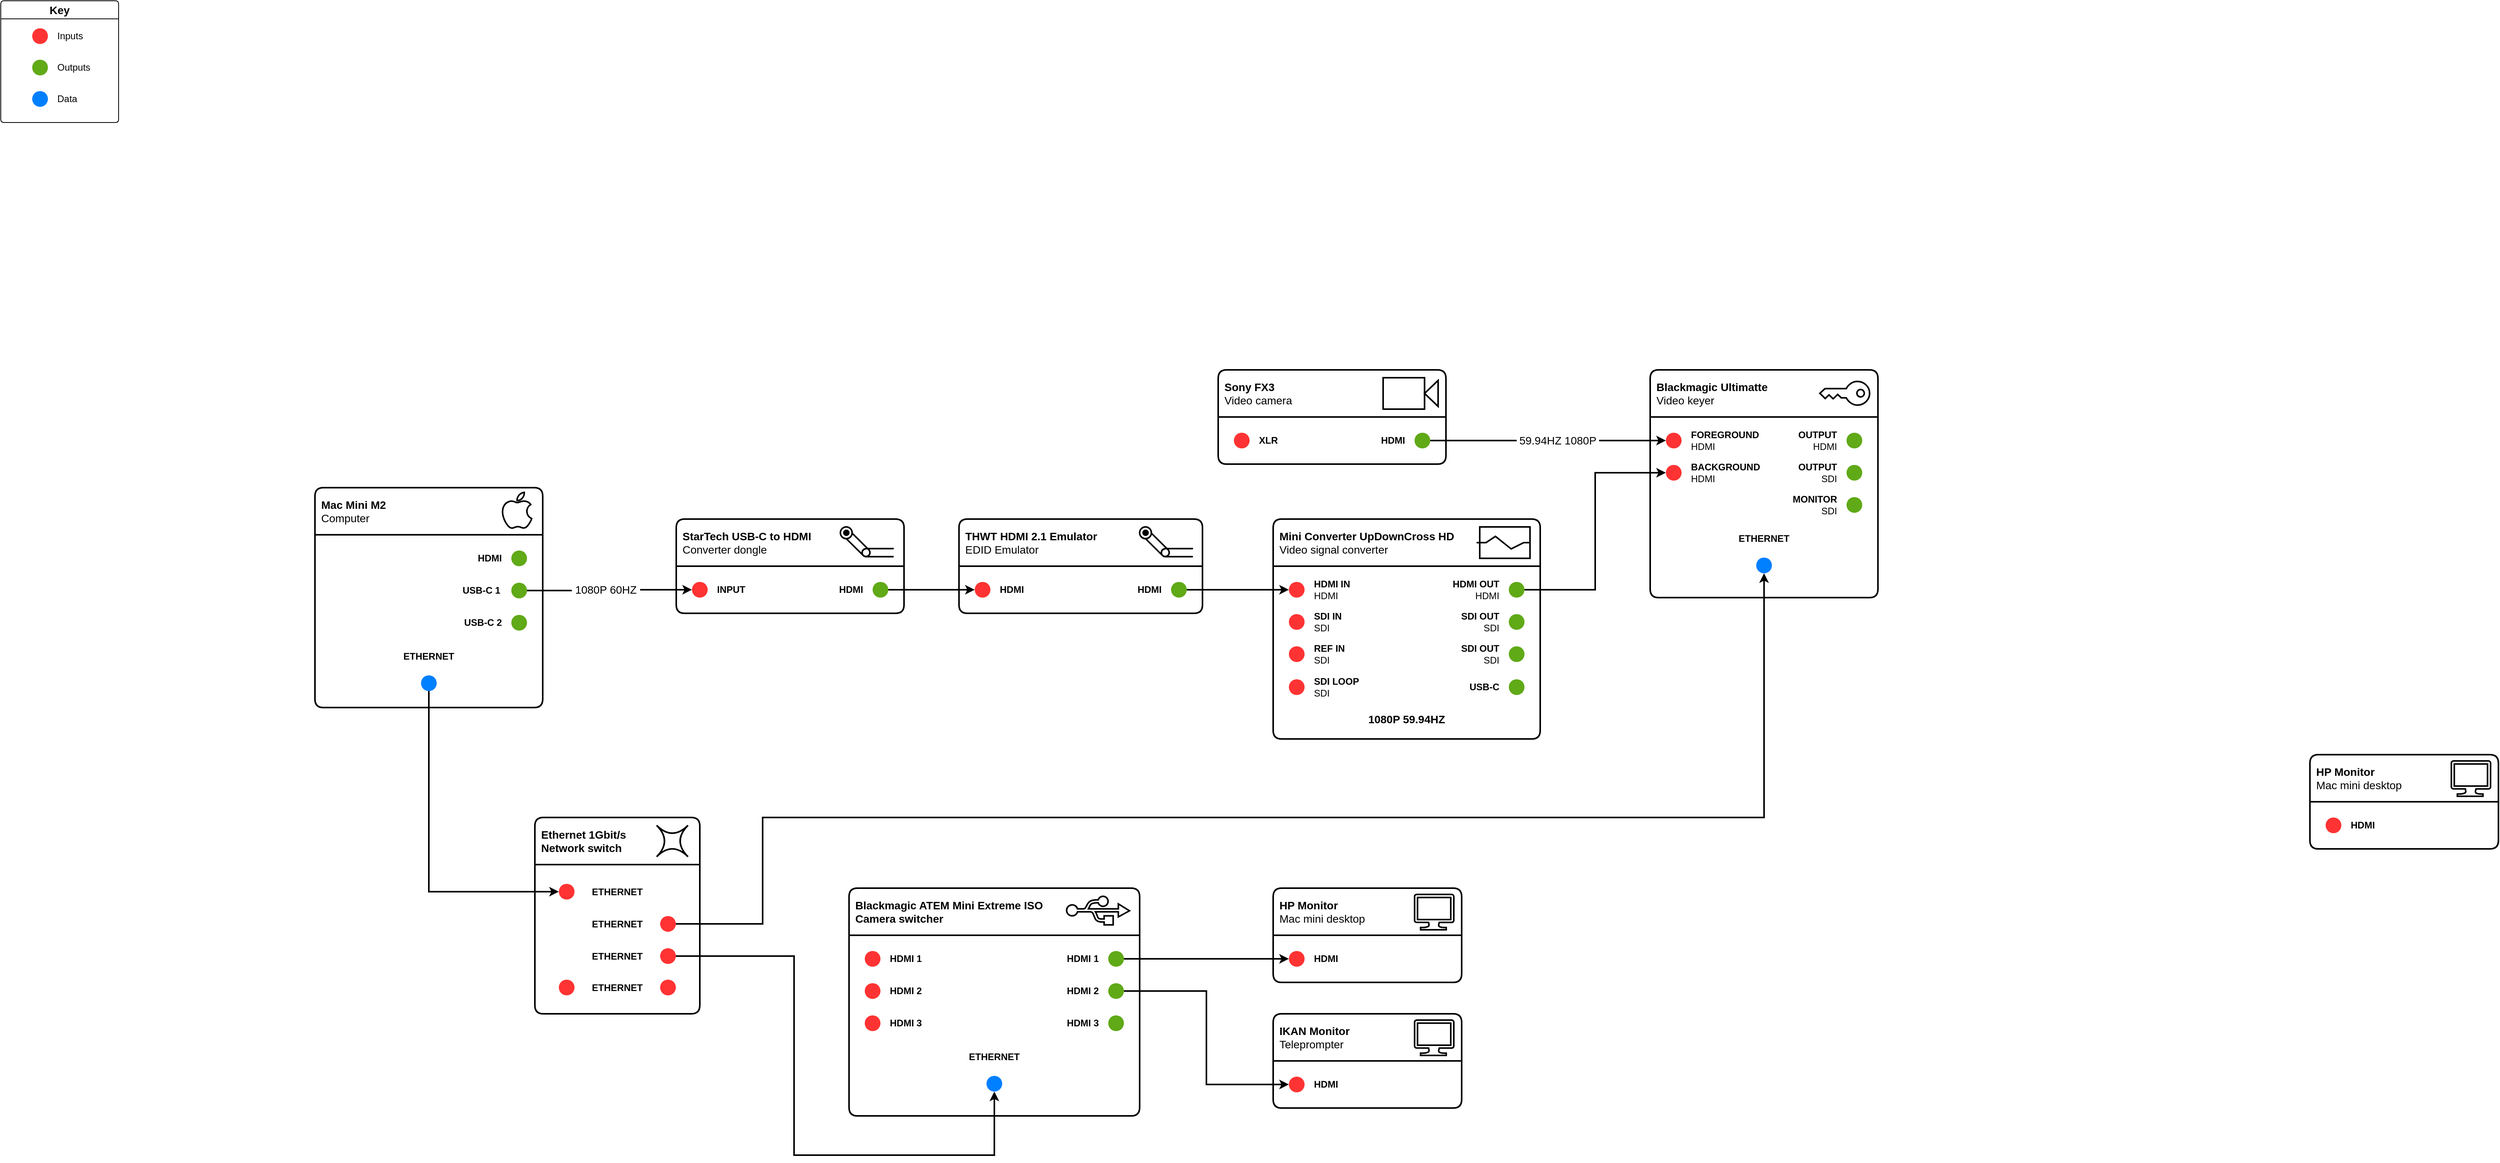
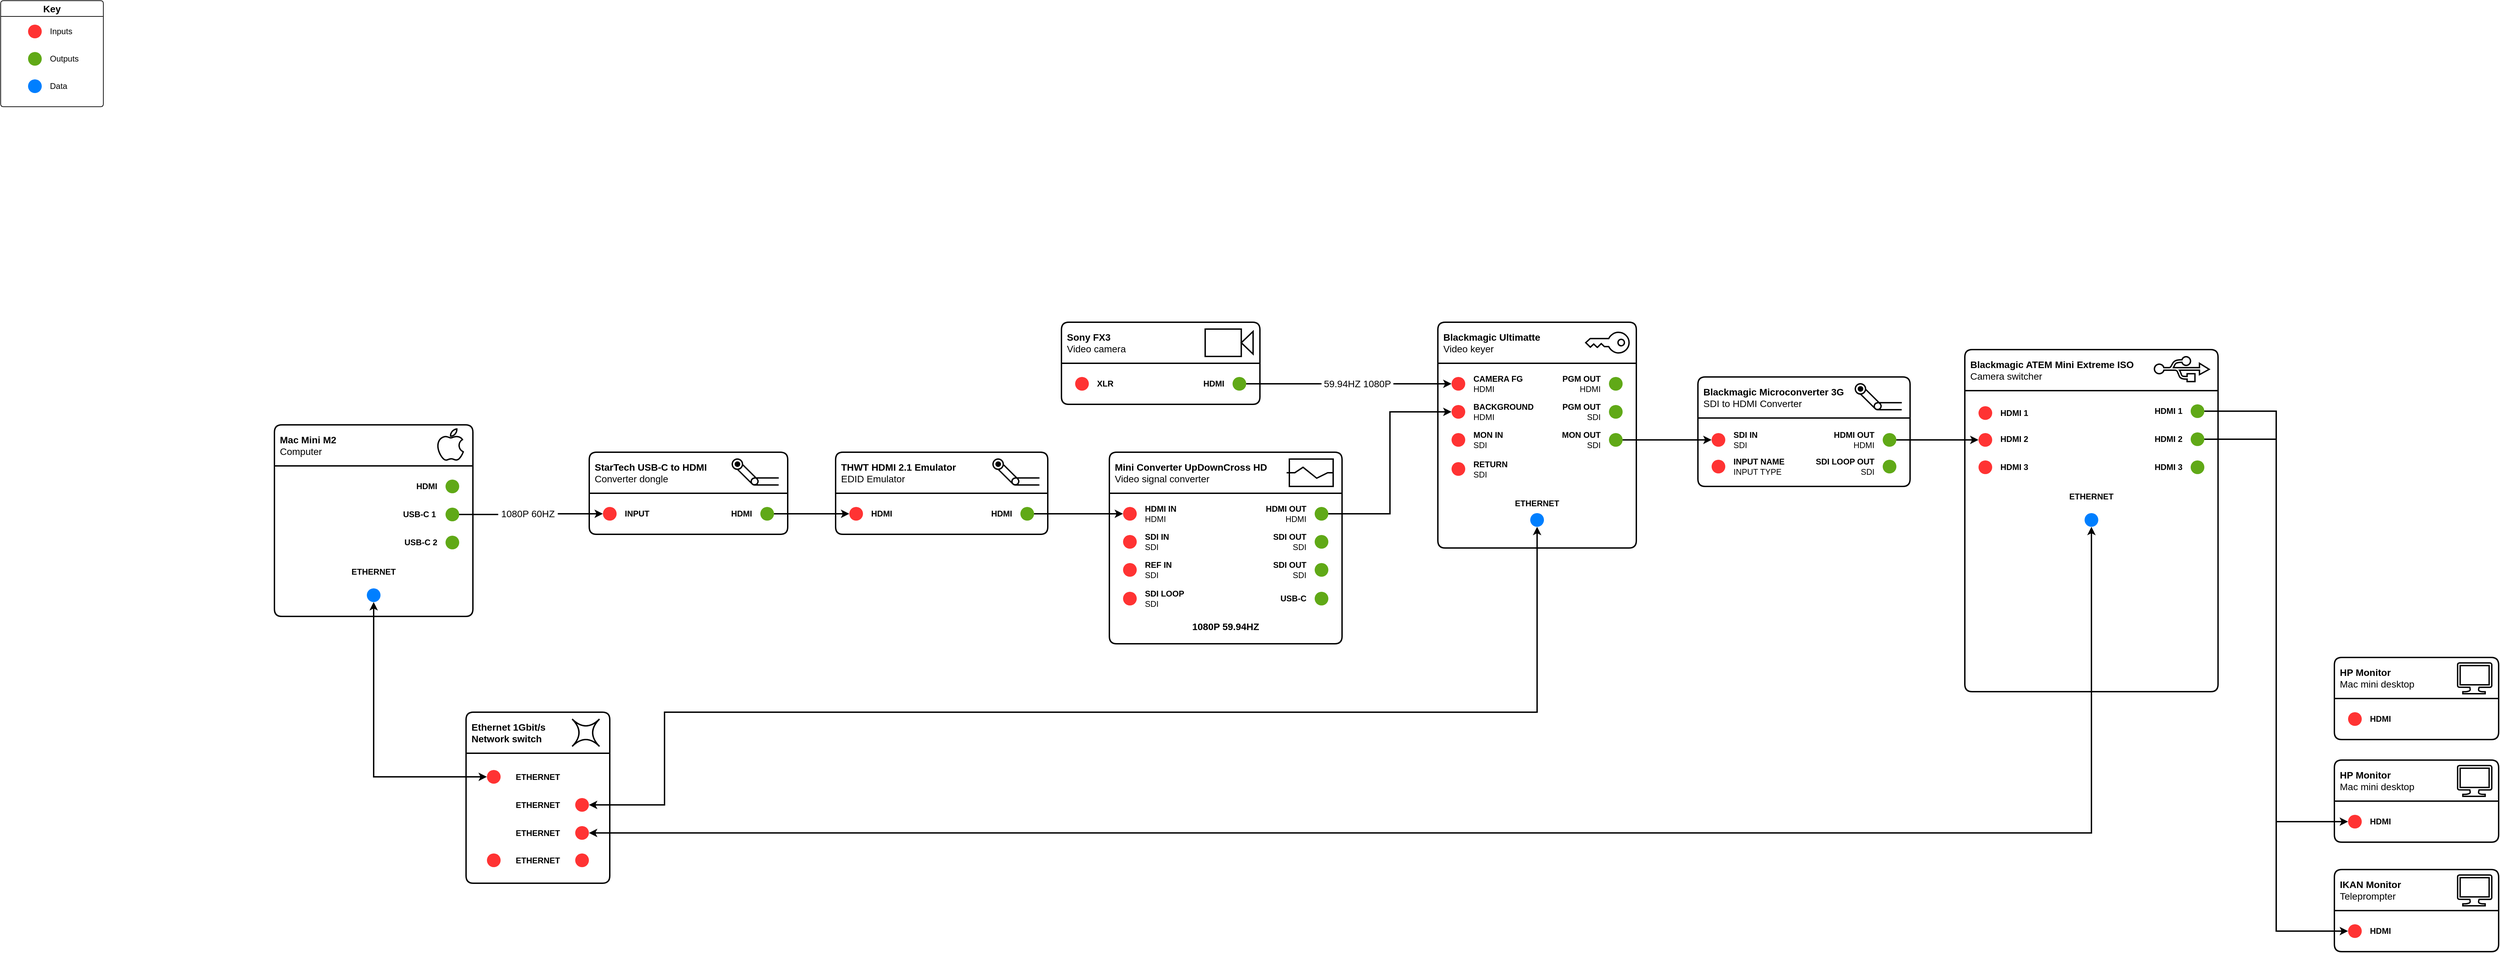
<mxfile host="app.diagrams.net">
  <diagram name="Page-1" id="FgFW1MfRpHRbAZnw0JzE">
-     <mxGraphModel dx="1258" dy="1141" grid="1" gridSize="10" guides="1" tooltips="1" connect="1" arrows="1" fold="1" page="0" pageScale="1" pageWidth="1654" pageHeight="1169" math="0" shadow="0">
+     <mxGraphModel dx="838" dy="894" grid="1" gridSize="10" guides="1" tooltips="1" connect="1" arrows="1" fold="1" page="0" pageScale="1" pageWidth="1654" pageHeight="1169" math="0" shadow="0">
      <root>
        <mxCell id="0" />
        <mxCell id="1" parent="0" />
        <UserObject label="&lt;div&gt;Sony FX3&lt;/div&gt;&lt;div&gt;&lt;span style=&quot;font-weight: normal;&quot;&gt;Video camera&lt;/span&gt;&lt;/div&gt;" link="https://www.sony.com.au/electronics/interchangeable-lens-cameras/ilme-fx3a" id="s20b6Gskkq0xSbLsb2Lf-1">
          <mxCell parent="1" style="swimlane;whiteSpace=wrap;html=1;startSize=60;perimeterSpacing=0;rounded=1;arcSize=6;align=left;spacingLeft=6;swimlaneFillColor=default;strokeWidth=2;fontSize=14;spacingBottom=0;" vertex="1">
            <mxGeometry height="120" width="290" x="1860" y="420" as="geometry">
              <mxRectangle height="60" width="200" x="330" y="280" as="alternateBounds" />
            </mxGeometry>
          </mxCell>
        </UserObject>
        <mxCell id="BUdtJf7oYrrgdLHHiytK-1" parent="s20b6Gskkq0xSbLsb2Lf-1" style="shape=mxgraph.signs.tech.video_camera;html=1;pointerEvents=1;fillColor=none;strokeColor=default;verticalLabelPosition=bottom;verticalAlign=top;align=center;strokeWidth=2;" value="" vertex="1">
          <mxGeometry height="40" width="70" x="210" y="10" as="geometry" />
        </mxCell>
        <mxCell id="BUdtJf7oYrrgdLHHiytK-2" parent="s20b6Gskkq0xSbLsb2Lf-1" style="ellipse;whiteSpace=wrap;html=1;aspect=fixed;strokeColor=none;fillColor=#60a917;fontColor=#ffffff;" value="" vertex="1">
          <mxGeometry height="20" width="20" x="250" y="80" as="geometry" />
        </mxCell>
        <mxCell id="BUdtJf7oYrrgdLHHiytK-13" parent="s20b6Gskkq0xSbLsb2Lf-1" style="ellipse;whiteSpace=wrap;html=1;aspect=fixed;strokeColor=none;fillColor=light-dark(#FF3333,#FF3333);fontColor=#ffffff;fillStyle=auto;" value="" vertex="1">
          <mxGeometry height="20" width="20" x="20" y="80" as="geometry" />
        </mxCell>
        <mxCell id="BUdtJf7oYrrgdLHHiytK-20" parent="s20b6Gskkq0xSbLsb2Lf-1" style="text;html=1;whiteSpace=wrap;strokeColor=none;fillColor=none;align=left;verticalAlign=middle;rounded=0;fontStyle=1" value="XLR" vertex="1">
          <mxGeometry height="14.5" width="30" x="50" y="82.75" as="geometry" />
        </mxCell>
        <mxCell id="BUdtJf7oYrrgdLHHiytK-21" parent="s20b6Gskkq0xSbLsb2Lf-1" style="text;html=1;whiteSpace=wrap;strokeColor=none;fillColor=none;align=right;verticalAlign=middle;rounded=0;" value="&lt;b&gt;HDMI&lt;/b&gt;" vertex="1">
          <mxGeometry height="14.5" width="40" x="200" y="82.75" as="geometry" />
        </mxCell>
        <mxCell id="BUdtJf7oYrrgdLHHiytK-123" parent="1" style="swimlane;whiteSpace=wrap;html=1;rounded=1;arcSize=6;swimlaneFillColor=default;fontSize=14;" value="Key" vertex="1">
          <mxGeometry height="155" width="150" x="310" y="-50" as="geometry" />
        </mxCell>
        <mxCell id="BUdtJf7oYrrgdLHHiytK-115" parent="BUdtJf7oYrrgdLHHiytK-123" style="ellipse;whiteSpace=wrap;html=1;aspect=fixed;strokeColor=none;fillColor=light-dark(#FF3333,#FF3333);fontColor=#ffffff;fillStyle=auto;" value="" vertex="1">
          <mxGeometry height="20" width="20" x="40" y="35" as="geometry" />
        </mxCell>
        <mxCell id="BUdtJf7oYrrgdLHHiytK-119" parent="BUdtJf7oYrrgdLHHiytK-123" style="text;html=1;whiteSpace=wrap;strokeColor=none;fillColor=none;align=left;verticalAlign=middle;rounded=0;" value="Inputs" vertex="1">
          <mxGeometry height="10" width="40" x="70" y="40" as="geometry" />
        </mxCell>
        <mxCell id="BUdtJf7oYrrgdLHHiytK-114" parent="BUdtJf7oYrrgdLHHiytK-123" style="ellipse;whiteSpace=wrap;html=1;aspect=fixed;strokeColor=none;fillColor=#60a917;fontColor=#ffffff;" value="" vertex="1">
          <mxGeometry height="20" width="20" x="40" y="75" as="geometry" />
        </mxCell>
        <mxCell id="BUdtJf7oYrrgdLHHiytK-120" parent="BUdtJf7oYrrgdLHHiytK-123" style="text;html=1;whiteSpace=wrap;strokeColor=none;fillColor=none;align=left;verticalAlign=middle;rounded=0;" value="Outputs" vertex="1">
          <mxGeometry height="10" width="40" x="70" y="80" as="geometry" />
        </mxCell>
        <mxCell id="BUdtJf7oYrrgdLHHiytK-116" parent="BUdtJf7oYrrgdLHHiytK-123" style="ellipse;whiteSpace=wrap;html=1;aspect=fixed;strokeColor=none;fillColor=#007FFF;fontColor=#ffffff;" value="" vertex="1">
          <mxGeometry height="20" width="20" x="40" y="115" as="geometry" />
        </mxCell>
        <mxCell id="BUdtJf7oYrrgdLHHiytK-121" parent="BUdtJf7oYrrgdLHHiytK-123" style="text;html=1;whiteSpace=wrap;strokeColor=none;fillColor=none;align=left;verticalAlign=middle;rounded=0;" value="Data" vertex="1">
          <mxGeometry height="10" width="40" x="70" y="120" as="geometry" />
        </mxCell>
        <UserObject label="&lt;div&gt;Blackmagic Ultimatte&lt;/div&gt;&lt;div&gt;&lt;span style=&quot;font-weight: normal;&quot;&gt;Video keyer&lt;/span&gt;&lt;/div&gt;" link="https://www.videocraft.com.au/products/blackmagic-design-ultimatte-12-hd-keyer-advanced-compositing-processor" id="BUdtJf7oYrrgdLHHiytK-160">
          <mxCell parent="1" style="swimlane;whiteSpace=wrap;html=1;startSize=60;perimeterSpacing=0;rounded=1;arcSize=6;align=left;spacingLeft=6;swimlaneFillColor=default;strokeWidth=2;fontSize=14;" vertex="1">
-             <mxGeometry height="290" width="290" x="2410" y="420" as="geometry">
+             <mxGeometry height="330" width="290" x="2410" y="420" as="geometry">
              <mxRectangle height="60" width="200" x="330" y="280" as="alternateBounds" />
            </mxGeometry>
          </mxCell>
        </UserObject>
        <mxCell id="BUdtJf7oYrrgdLHHiytK-162" parent="BUdtJf7oYrrgdLHHiytK-160" style="ellipse;whiteSpace=wrap;html=1;aspect=fixed;strokeColor=none;fillColor=#60a917;fontColor=#ffffff;" value="" vertex="1">
          <mxGeometry height="20" width="20" x="250" y="80" as="geometry" />
        </mxCell>
        <mxCell id="BUdtJf7oYrrgdLHHiytK-163" parent="BUdtJf7oYrrgdLHHiytK-160" style="ellipse;whiteSpace=wrap;html=1;aspect=fixed;strokeColor=none;fillColor=#60a917;fontColor=#ffffff;" value="" vertex="1">
          <mxGeometry height="20" width="20" x="250" y="121" as="geometry" />
        </mxCell>
        <mxCell id="BUdtJf7oYrrgdLHHiytK-164" parent="BUdtJf7oYrrgdLHHiytK-160" style="ellipse;whiteSpace=wrap;html=1;aspect=fixed;strokeColor=none;fillColor=#60a917;fontColor=#ffffff;" value="" vertex="1">
          <mxGeometry height="20" width="20" x="250" y="162" as="geometry" />
        </mxCell>
        <mxCell id="BUdtJf7oYrrgdLHHiytK-169" parent="BUdtJf7oYrrgdLHHiytK-160" style="ellipse;whiteSpace=wrap;html=1;aspect=fixed;strokeColor=none;fillColor=light-dark(#FF3333,#FF3333);fontColor=#ffffff;fillStyle=auto;" value="" vertex="1">
          <mxGeometry height="20" width="20" x="20" y="80" as="geometry" />
        </mxCell>
        <mxCell id="BUdtJf7oYrrgdLHHiytK-170" parent="BUdtJf7oYrrgdLHHiytK-160" style="ellipse;whiteSpace=wrap;html=1;aspect=fixed;strokeColor=none;fillColor=light-dark(#FF3333,#FF3333);fontColor=#ffffff;" value="" vertex="1">
          <mxGeometry height="20" width="20" x="20" y="121" as="geometry" />
        </mxCell>
-         <mxCell id="BUdtJf7oYrrgdLHHiytK-176" parent="BUdtJf7oYrrgdLHHiytK-160" style="text;html=1;whiteSpace=wrap;strokeColor=none;fillColor=none;align=left;verticalAlign=middle;rounded=0;" value="&lt;div&gt;&lt;b&gt;FOREGROUND&lt;/b&gt;&lt;/div&gt;&lt;div&gt;HDMI&lt;/div&gt;" vertex="1">
+         <mxCell id="BUdtJf7oYrrgdLHHiytK-176" parent="BUdtJf7oYrrgdLHHiytK-160" style="text;html=1;whiteSpace=wrap;strokeColor=none;fillColor=none;align=left;verticalAlign=middle;rounded=0;" value="&lt;div&gt;&lt;b&gt;CAMERA FG&lt;/b&gt;&lt;/div&gt;&lt;div&gt;HDMI&lt;/div&gt;" vertex="1">
          <mxGeometry height="29" width="90" x="50" y="75.5" as="geometry" />
        </mxCell>
-         <mxCell id="BUdtJf7oYrrgdLHHiytK-177" parent="BUdtJf7oYrrgdLHHiytK-160" style="text;html=1;whiteSpace=wrap;strokeColor=none;fillColor=none;align=right;verticalAlign=middle;rounded=0;" value="&lt;div&gt;&lt;b&gt;OUTPUT&lt;/b&gt;&lt;/div&gt;&lt;div&gt;HDMI&lt;/div&gt;" vertex="1">
+         <mxCell id="BUdtJf7oYrrgdLHHiytK-177" parent="BUdtJf7oYrrgdLHHiytK-160" style="text;html=1;whiteSpace=wrap;strokeColor=none;fillColor=none;align=right;verticalAlign=middle;rounded=0;" value="&lt;div&gt;&lt;b&gt;PGM OUT&lt;/b&gt;&lt;/div&gt;&lt;div&gt;HDMI&lt;/div&gt;" vertex="1">
          <mxGeometry height="29" width="90" x="150" y="75.5" as="geometry" />
        </mxCell>
        <mxCell id="BUdtJf7oYrrgdLHHiytK-178" parent="BUdtJf7oYrrgdLHHiytK-160" style="text;html=1;whiteSpace=wrap;strokeColor=none;fillColor=none;align=left;verticalAlign=middle;rounded=0;" value="&lt;div&gt;&lt;b&gt;BACKGROUND&lt;/b&gt;&lt;/div&gt;&lt;div&gt;HDMI&lt;/div&gt;" vertex="1">
          <mxGeometry height="29" width="90" x="50" y="116.5" as="geometry" />
        </mxCell>
-         <mxCell id="BUdtJf7oYrrgdLHHiytK-179" parent="BUdtJf7oYrrgdLHHiytK-160" style="text;html=1;whiteSpace=wrap;strokeColor=none;fillColor=none;align=right;verticalAlign=middle;rounded=0;" value="&lt;div&gt;&lt;b&gt;OUTPUT&lt;/b&gt;&lt;/div&gt;&lt;div&gt;SDI&lt;/div&gt;" vertex="1">
+         <mxCell id="BUdtJf7oYrrgdLHHiytK-179" parent="BUdtJf7oYrrgdLHHiytK-160" style="text;html=1;whiteSpace=wrap;strokeColor=none;fillColor=none;align=right;verticalAlign=middle;rounded=0;" value="&lt;div&gt;&lt;b&gt;PGM OUT&lt;/b&gt;&lt;/div&gt;&lt;div&gt;SDI&lt;/div&gt;" vertex="1">
          <mxGeometry height="29" width="90" x="150" y="116.5" as="geometry" />
        </mxCell>
-         <mxCell id="BUdtJf7oYrrgdLHHiytK-181" parent="BUdtJf7oYrrgdLHHiytK-160" style="text;html=1;whiteSpace=wrap;strokeColor=none;fillColor=none;align=right;verticalAlign=middle;rounded=0;" value="&lt;div&gt;&lt;b&gt;MONITOR&lt;/b&gt;&lt;/div&gt;&lt;div&gt;SDI&lt;/div&gt;" vertex="1">
+         <mxCell id="BUdtJf7oYrrgdLHHiytK-181" parent="BUdtJf7oYrrgdLHHiytK-160" style="text;html=1;whiteSpace=wrap;strokeColor=none;fillColor=none;align=right;verticalAlign=middle;rounded=0;" value="&lt;div&gt;&lt;b&gt;MON OUT&lt;/b&gt;&lt;/div&gt;&lt;div&gt;SDI&lt;/div&gt;" vertex="1">
          <mxGeometry height="29" width="90" x="150" y="157.5" as="geometry" />
        </mxCell>
        <mxCell id="BUdtJf7oYrrgdLHHiytK-194" parent="BUdtJf7oYrrgdLHHiytK-160" style="text;html=1;whiteSpace=wrap;strokeColor=none;fillColor=none;align=center;verticalAlign=middle;rounded=0;fontStyle=1" value="ETHERNET" vertex="1">
-           <mxGeometry height="29" width="90" x="100" y="200" as="geometry" />
+           <mxGeometry height="29" width="90" x="100" y="250" as="geometry" />
        </mxCell>
        <mxCell id="BUdtJf7oYrrgdLHHiytK-195" parent="BUdtJf7oYrrgdLHHiytK-160" style="ellipse;whiteSpace=wrap;html=1;aspect=fixed;strokeColor=none;fillColor=#007FFF;fontColor=#ffffff;" value="" vertex="1">
-           <mxGeometry height="20" width="20" x="135" y="239" as="geometry" />
+           <mxGeometry height="20" width="20" x="135" y="279" as="geometry" />
        </mxCell>
        <mxCell id="BUdtJf7oYrrgdLHHiytK-196" parent="BUdtJf7oYrrgdLHHiytK-160" style="sketch=0;pointerEvents=1;shadow=0;dashed=0;html=1;strokeColor=default;fillColor=none;labelPosition=center;verticalLabelPosition=bottom;verticalAlign=top;outlineConnect=0;align=center;shape=mxgraph.office.security.key_permissions;rotation=90;strokeWidth=2;" value="" vertex="1">
          <mxGeometry height="63.31" width="30.07" x="232.69" y="-1.8099999999999996" as="geometry" />
+         </mxCell>
+         <mxCell id="_8OXxmxYWQQ_x3kSA-AO-21" parent="BUdtJf7oYrrgdLHHiytK-160" style="text;html=1;whiteSpace=wrap;strokeColor=none;fillColor=none;align=left;verticalAlign=middle;rounded=0;" value="&lt;div&gt;&lt;b&gt;MON IN&lt;/b&gt;&lt;/div&gt;&lt;div&gt;SDI&lt;/div&gt;" vertex="1">
+           <mxGeometry height="29" width="90" x="50" y="157.5" as="geometry" />
+         </mxCell>
+         <mxCell id="_8OXxmxYWQQ_x3kSA-AO-22" parent="BUdtJf7oYrrgdLHHiytK-160" style="ellipse;whiteSpace=wrap;html=1;aspect=fixed;strokeColor=none;fillColor=light-dark(#FF3333,#FF3333);fontColor=#ffffff;" value="" vertex="1">
+           <mxGeometry height="20" width="20" x="20" y="162" as="geometry" />
+         </mxCell>
+         <mxCell id="_8OXxmxYWQQ_x3kSA-AO-25" parent="BUdtJf7oYrrgdLHHiytK-160" style="ellipse;whiteSpace=wrap;html=1;aspect=fixed;strokeColor=none;fillColor=light-dark(#FF3333,#FF3333);fontColor=#ffffff;" value="" vertex="1">
+           <mxGeometry height="20" width="20" x="20" y="204.5" as="geometry" />
+         </mxCell>
+         <mxCell id="_8OXxmxYWQQ_x3kSA-AO-26" parent="BUdtJf7oYrrgdLHHiytK-160" style="text;html=1;whiteSpace=wrap;strokeColor=none;fillColor=none;align=left;verticalAlign=middle;rounded=0;" value="&lt;div&gt;&lt;b&gt;RETURN&lt;/b&gt;&lt;/div&gt;&lt;div&gt;SDI&lt;/div&gt;" vertex="1">
+           <mxGeometry height="29" width="90" x="50" y="200" as="geometry" />
        </mxCell>
        <mxCell id="BUdtJf7oYrrgdLHHiytK-197" edge="1" parent="1" source="BUdtJf7oYrrgdLHHiytK-2" style="edgeStyle=orthogonalEdgeStyle;rounded=0;orthogonalLoop=1;jettySize=auto;html=1;entryX=0;entryY=0.5;entryDx=0;entryDy=0;endArrow=classic;endFill=1;strokeWidth=2;" target="BUdtJf7oYrrgdLHHiytK-169">
          <mxGeometry relative="1" as="geometry" />
        </mxCell>
        <mxCell id="BUdtJf7oYrrgdLHHiytK-201" connectable="0" parent="BUdtJf7oYrrgdLHHiytK-197" style="edgeLabel;html=1;align=center;verticalAlign=middle;resizable=0;points=[];fontSize=14;" value="&amp;nbsp;59.94HZ 1080P&amp;nbsp;" vertex="1">
          <mxGeometry relative="1" x="0.0813" as="geometry">
            <mxPoint as="offset" />
          </mxGeometry>
        </mxCell>
        <UserObject label="&lt;div&gt;Mac Mini M2&lt;/div&gt;&lt;div&gt;&lt;span style=&quot;font-weight: normal;&quot;&gt;Computer&lt;/span&gt;&lt;/div&gt;" link="https://support.apple.com/en-au/111837" id="BUdtJf7oYrrgdLHHiytK-202">
          <mxCell parent="1" style="swimlane;whiteSpace=wrap;html=1;startSize=60;perimeterSpacing=0;rounded=1;arcSize=6;align=left;spacingLeft=6;swimlaneFillColor=default;strokeWidth=2;fontSize=14;noLabel=0;" vertex="1">
            <mxGeometry height="280" width="290" x="710" y="570" as="geometry">
              <mxRectangle height="60" width="200" x="330" y="280" as="alternateBounds" />
            </mxGeometry>
          </mxCell>
        </UserObject>
        <mxCell id="BUdtJf7oYrrgdLHHiytK-204" parent="BUdtJf7oYrrgdLHHiytK-202" style="ellipse;whiteSpace=wrap;html=1;aspect=fixed;strokeColor=none;fillColor=#60a917;fontColor=#ffffff;" value="" vertex="1">
          <mxGeometry height="20" width="20" x="250" y="80" as="geometry" />
        </mxCell>
        <mxCell id="BUdtJf7oYrrgdLHHiytK-205" parent="BUdtJf7oYrrgdLHHiytK-202" style="ellipse;whiteSpace=wrap;html=1;aspect=fixed;strokeColor=none;fillColor=#60a917;fontColor=#ffffff;" value="" vertex="1">
          <mxGeometry height="20" width="20" x="250" y="121" as="geometry" />
        </mxCell>
        <mxCell id="BUdtJf7oYrrgdLHHiytK-206" parent="BUdtJf7oYrrgdLHHiytK-202" style="ellipse;whiteSpace=wrap;html=1;aspect=fixed;strokeColor=none;fillColor=#60a917;fontColor=#ffffff;" value="" vertex="1">
          <mxGeometry height="20" width="20" x="250" y="162" as="geometry" />
        </mxCell>
        <mxCell id="BUdtJf7oYrrgdLHHiytK-219" parent="BUdtJf7oYrrgdLHHiytK-202" style="text;html=1;whiteSpace=wrap;strokeColor=none;fillColor=none;align=right;verticalAlign=middle;rounded=0;" value="&lt;b&gt;HDMI&lt;/b&gt;" vertex="1">
          <mxGeometry height="14.5" width="40" x="200" y="82.75" as="geometry" />
        </mxCell>
        <mxCell id="BUdtJf7oYrrgdLHHiytK-221" parent="BUdtJf7oYrrgdLHHiytK-202" style="text;html=1;whiteSpace=wrap;strokeColor=none;fillColor=none;align=right;verticalAlign=middle;rounded=0;fontStyle=1" value="USB-C 1" vertex="1">
          <mxGeometry height="13.5" width="50" x="188.08" y="124.25" as="geometry" />
        </mxCell>
        <mxCell id="BUdtJf7oYrrgdLHHiytK-236" parent="BUdtJf7oYrrgdLHHiytK-202" style="text;html=1;whiteSpace=wrap;strokeColor=none;fillColor=none;align=center;verticalAlign=middle;rounded=0;fontStyle=1" value="ETHERNET" vertex="1">
          <mxGeometry height="29" width="90" x="100" y="200" as="geometry" />
        </mxCell>
        <mxCell id="BUdtJf7oYrrgdLHHiytK-237" parent="BUdtJf7oYrrgdLHHiytK-202" style="ellipse;whiteSpace=wrap;html=1;aspect=fixed;strokeColor=none;fillColor=#007FFF;fontColor=#ffffff;" value="" vertex="1">
          <mxGeometry height="20" width="20" x="135" y="239" as="geometry" />
        </mxCell>
        <mxCell id="BUdtJf7oYrrgdLHHiytK-238" parent="BUdtJf7oYrrgdLHHiytK-202" style="dashed=0;outlineConnect=0;html=1;align=center;labelPosition=center;verticalLabelPosition=bottom;verticalAlign=top;shape=mxgraph.weblogos.apple;fillColor=none;strokeColor=default;strokeWidth=2;" value="" vertex="1">
          <mxGeometry height="46.2" width="37.83" x="238.07999999999998" y="6" as="geometry" />
        </mxCell>
        <mxCell id="BUdtJf7oYrrgdLHHiytK-240" parent="BUdtJf7oYrrgdLHHiytK-202" style="text;html=1;whiteSpace=wrap;strokeColor=none;fillColor=none;align=right;verticalAlign=middle;rounded=0;fontStyle=1" value="USB-C 2" vertex="1">
          <mxGeometry height="13.5" width="50" x="189.99999999999997" y="165.25" as="geometry" />
        </mxCell>
        <UserObject label="&lt;div&gt;Mini Converter UpDownCross HD&lt;/div&gt;&lt;div&gt;&lt;span style=&quot;font-weight: normal;&quot;&gt;Video signal converter&lt;/span&gt;&lt;/div&gt;" link="https://proavexpress.com.au/blackmagic-mini-converter-up-down-cross-hd/" id="BUdtJf7oYrrgdLHHiytK-243">
          <mxCell parent="1" style="swimlane;whiteSpace=wrap;html=1;startSize=60;perimeterSpacing=0;rounded=1;arcSize=6;align=left;spacingLeft=6;swimlaneFillColor=default;strokeWidth=2;fontSize=14;" vertex="1">
            <mxGeometry height="280" width="340" x="1930" y="610" as="geometry">
              <mxRectangle height="60" width="200" x="330" y="280" as="alternateBounds" />
            </mxGeometry>
          </mxCell>
        </UserObject>
        <mxCell id="BUdtJf7oYrrgdLHHiytK-245" parent="BUdtJf7oYrrgdLHHiytK-243" style="ellipse;whiteSpace=wrap;html=1;aspect=fixed;strokeColor=none;fillColor=#60a917;fontColor=#ffffff;" value="" vertex="1">
          <mxGeometry height="20" width="20" x="300" y="80" as="geometry" />
        </mxCell>
        <mxCell id="BUdtJf7oYrrgdLHHiytK-246" parent="BUdtJf7oYrrgdLHHiytK-243" style="ellipse;whiteSpace=wrap;html=1;aspect=fixed;strokeColor=none;fillColor=#60a917;fontColor=#ffffff;" value="" vertex="1">
          <mxGeometry height="20" width="20" x="300" y="121" as="geometry" />
        </mxCell>
        <mxCell id="BUdtJf7oYrrgdLHHiytK-252" parent="BUdtJf7oYrrgdLHHiytK-243" style="ellipse;whiteSpace=wrap;html=1;aspect=fixed;strokeColor=none;fillColor=light-dark(#FF3333,#FF3333);fontColor=#ffffff;fillStyle=auto;" value="" vertex="1">
          <mxGeometry height="20" width="20" x="20" y="80" as="geometry" />
        </mxCell>
        <mxCell id="BUdtJf7oYrrgdLHHiytK-253" parent="BUdtJf7oYrrgdLHHiytK-243" style="ellipse;whiteSpace=wrap;html=1;aspect=fixed;strokeColor=none;fillColor=light-dark(#FF3333,#FF3333);fontColor=#ffffff;" value="" vertex="1">
          <mxGeometry height="20" width="20" x="20" y="121" as="geometry" />
        </mxCell>
        <mxCell id="BUdtJf7oYrrgdLHHiytK-259" parent="BUdtJf7oYrrgdLHHiytK-243" style="text;html=1;whiteSpace=wrap;strokeColor=none;fillColor=none;align=left;verticalAlign=middle;rounded=0;fontStyle=1" value="&lt;div&gt;HDMI IN&lt;/div&gt;&lt;div&gt;&lt;span style=&quot;font-weight: normal;&quot;&gt;HDMI&lt;/span&gt;&lt;/div&gt;" vertex="1">
          <mxGeometry height="25" width="50" x="50" y="77.5" as="geometry" />
        </mxCell>
        <mxCell id="BUdtJf7oYrrgdLHHiytK-260" parent="BUdtJf7oYrrgdLHHiytK-243" style="text;html=1;whiteSpace=wrap;strokeColor=none;fillColor=none;align=right;verticalAlign=middle;rounded=0;fontStyle=1" value="&lt;div&gt;HDMI OUT&lt;/div&gt;&lt;div&gt;&lt;span style=&quot;font-weight: normal;&quot;&gt;HDMI&lt;/span&gt;&lt;/div&gt;" vertex="1">
          <mxGeometry height="25" width="70" x="220" y="77.5" as="geometry" />
        </mxCell>
        <mxCell id="BUdtJf7oYrrgdLHHiytK-277" parent="BUdtJf7oYrrgdLHHiytK-243" style="text;html=1;whiteSpace=wrap;strokeColor=none;fillColor=none;align=center;verticalAlign=middle;rounded=0;fontSize=14;fontStyle=1" value="1080P 59.94HZ" vertex="1">
          <mxGeometry height="29" width="107.5" x="116.25" y="240" as="geometry" />
        </mxCell>
        <mxCell id="BUdtJf7oYrrgdLHHiytK-279" parent="BUdtJf7oYrrgdLHHiytK-243" style="shape=mxgraph.pid.mixers.kneader;html=1;pointerEvents=1;align=center;verticalLabelPosition=bottom;verticalAlign=top;dashed=0;fillColor=none;strokeWidth=2;" value="" vertex="1">
          <mxGeometry height="40" width="68" x="259" y="10" as="geometry" />
        </mxCell>
        <mxCell id="BUdtJf7oYrrgdLHHiytK-280" parent="BUdtJf7oYrrgdLHHiytK-243" style="text;html=1;whiteSpace=wrap;strokeColor=none;fillColor=none;align=left;verticalAlign=middle;rounded=0;fontStyle=1" value="&lt;div&gt;SDI IN&lt;/div&gt;&lt;div&gt;&lt;span style=&quot;font-weight: normal;&quot;&gt;SDI&lt;/span&gt;&lt;/div&gt;" vertex="1">
          <mxGeometry height="24" width="50" x="50" y="119" as="geometry" />
        </mxCell>
        <mxCell id="BUdtJf7oYrrgdLHHiytK-281" parent="BUdtJf7oYrrgdLHHiytK-243" style="text;html=1;whiteSpace=wrap;strokeColor=none;fillColor=none;align=right;verticalAlign=middle;rounded=0;fontStyle=1" value="&lt;div&gt;SDI OUT&lt;/div&gt;&lt;div&gt;&lt;span style=&quot;font-weight: normal;&quot;&gt;SDI&lt;/span&gt;&lt;/div&gt;" vertex="1">
          <mxGeometry height="24" width="70" x="220" y="119" as="geometry" />
        </mxCell>
        <mxCell id="_8OXxmxYWQQ_x3kSA-AO-10" parent="BUdtJf7oYrrgdLHHiytK-243" style="ellipse;whiteSpace=wrap;html=1;aspect=fixed;strokeColor=none;fillColor=#60a917;fontColor=#ffffff;" value="" vertex="1">
          <mxGeometry height="20" width="20" x="300" y="162" as="geometry" />
        </mxCell>
        <mxCell id="_8OXxmxYWQQ_x3kSA-AO-11" parent="BUdtJf7oYrrgdLHHiytK-243" style="text;html=1;whiteSpace=wrap;strokeColor=none;fillColor=none;align=right;verticalAlign=middle;rounded=0;fontStyle=1" value="&lt;div&gt;SDI OUT&lt;/div&gt;&lt;div&gt;&lt;span style=&quot;font-weight: normal;&quot;&gt;SDI&lt;/span&gt;&lt;/div&gt;" vertex="1">
          <mxGeometry height="24" width="70" x="220" y="160" as="geometry" />
        </mxCell>
        <mxCell id="_8OXxmxYWQQ_x3kSA-AO-14" parent="BUdtJf7oYrrgdLHHiytK-243" style="text;html=1;whiteSpace=wrap;strokeColor=none;fillColor=none;align=right;verticalAlign=middle;rounded=0;fontStyle=1" value="USB-C" vertex="1">
          <mxGeometry height="10" width="70" x="220" y="209" as="geometry" />
        </mxCell>
        <mxCell id="_8OXxmxYWQQ_x3kSA-AO-15" parent="BUdtJf7oYrrgdLHHiytK-243" style="ellipse;whiteSpace=wrap;html=1;aspect=fixed;strokeColor=none;fillColor=light-dark(#60A917,#007FFF);fontColor=#ffffff;" value="" vertex="1">
          <mxGeometry height="20" width="20" x="300" y="204" as="geometry" />
        </mxCell>
        <mxCell id="_8OXxmxYWQQ_x3kSA-AO-16" parent="BUdtJf7oYrrgdLHHiytK-243" style="ellipse;whiteSpace=wrap;html=1;aspect=fixed;strokeColor=none;fillColor=light-dark(#FF3333,#FF3333);fontColor=#ffffff;" value="" vertex="1">
          <mxGeometry height="20" width="20" x="20" y="162" as="geometry" />
        </mxCell>
        <mxCell id="_8OXxmxYWQQ_x3kSA-AO-17" parent="BUdtJf7oYrrgdLHHiytK-243" style="text;html=1;whiteSpace=wrap;strokeColor=none;fillColor=none;align=left;verticalAlign=middle;rounded=0;fontStyle=1" value="&lt;div&gt;REF IN&lt;/div&gt;&lt;div&gt;&lt;span style=&quot;font-weight: normal;&quot;&gt;SDI&lt;/span&gt;&lt;/div&gt;" vertex="1">
          <mxGeometry height="24" width="50" x="50" y="160" as="geometry" />
        </mxCell>
        <mxCell id="_8OXxmxYWQQ_x3kSA-AO-18" parent="BUdtJf7oYrrgdLHHiytK-243" style="ellipse;whiteSpace=wrap;html=1;aspect=fixed;strokeColor=none;fillColor=light-dark(#FF3333,#FF3333);fontColor=#ffffff;" value="" vertex="1">
          <mxGeometry height="20" width="20" x="20" y="204" as="geometry" />
        </mxCell>
        <mxCell id="_8OXxmxYWQQ_x3kSA-AO-19" parent="BUdtJf7oYrrgdLHHiytK-243" style="text;html=1;whiteSpace=wrap;strokeColor=none;fillColor=none;align=left;verticalAlign=middle;rounded=0;fontStyle=1" value="&lt;div&gt;SDI LOOP&lt;/div&gt;&lt;div&gt;&lt;span style=&quot;font-weight: normal;&quot;&gt;SDI&lt;/span&gt;&lt;/div&gt;" vertex="1">
          <mxGeometry height="24" width="60" x="50" y="202" as="geometry" />
        </mxCell>
        <UserObject label="&lt;div&gt;StarTech USB-C to HDMI&lt;/div&gt;&lt;div&gt;&lt;span style=&quot;font-weight: normal;&quot;&gt;Converter dongle&lt;/span&gt;&lt;/div&gt;" link="https://www.startech.com/en-au/display-video-adapters/usbc-hdmi-cdp2hd4k60" id="BUdtJf7oYrrgdLHHiytK-284">
          <mxCell parent="1" style="swimlane;whiteSpace=wrap;html=1;startSize=60;perimeterSpacing=0;rounded=1;arcSize=6;align=left;spacingLeft=6;swimlaneFillColor=default;strokeWidth=2;fontSize=14;" vertex="1">
            <mxGeometry height="120" width="290" x="1170" y="610" as="geometry">
              <mxRectangle height="60" width="200" x="330" y="280" as="alternateBounds" />
            </mxGeometry>
          </mxCell>
        </UserObject>
        <mxCell id="BUdtJf7oYrrgdLHHiytK-285" parent="BUdtJf7oYrrgdLHHiytK-284" style="ellipse;whiteSpace=wrap;html=1;aspect=fixed;strokeColor=none;fillColor=#60a917;fontColor=#ffffff;" value="" vertex="1">
          <mxGeometry height="20" width="20" x="250" y="80" as="geometry" />
        </mxCell>
        <mxCell id="BUdtJf7oYrrgdLHHiytK-288" parent="BUdtJf7oYrrgdLHHiytK-284" style="text;html=1;whiteSpace=wrap;strokeColor=none;fillColor=none;align=right;verticalAlign=middle;rounded=0;" value="&lt;b&gt;HDMI&lt;/b&gt;" vertex="1">
          <mxGeometry height="14.5" width="70" x="170" y="82.75" as="geometry" />
        </mxCell>
        <mxCell id="BUdtJf7oYrrgdLHHiytK-297" parent="BUdtJf7oYrrgdLHHiytK-284" style="ellipse;whiteSpace=wrap;html=1;aspect=fixed;strokeColor=none;fillColor=light-dark(#FF3333,#FF3333);fontColor=#ffffff;fillStyle=auto;" value="" vertex="1">
          <mxGeometry height="20" width="20" x="20" y="80" as="geometry" />
        </mxCell>
        <mxCell id="BUdtJf7oYrrgdLHHiytK-298" parent="BUdtJf7oYrrgdLHHiytK-284" style="text;html=1;whiteSpace=wrap;strokeColor=none;fillColor=none;align=left;verticalAlign=middle;rounded=0;fontStyle=1" value="INPUT" vertex="1">
          <mxGeometry height="10" width="50" x="50" y="85" as="geometry" />
        </mxCell>
        <mxCell id="BUdtJf7oYrrgdLHHiytK-295" parent="BUdtJf7oYrrgdLHHiytK-284" style="verticalLabelPosition=bottom;aspect=fixed;html=1;verticalAlign=top;fillColor=strokeColor;align=center;outlineConnect=0;shape=mxgraph.fluid_power.x10060;points=[[1,0.72,0],[1,1,0]];strokeWidth=2;" value="" vertex="1">
          <mxGeometry height="38.38" width="67.9" x="209" y="10" as="geometry" />
        </mxCell>
        <mxCell id="BUdtJf7oYrrgdLHHiytK-299" edge="1" parent="1" source="BUdtJf7oYrrgdLHHiytK-205" style="edgeStyle=orthogonalEdgeStyle;shape=connector;rounded=0;orthogonalLoop=1;jettySize=auto;html=1;entryX=0;entryY=0.5;entryDx=0;entryDy=0;strokeColor=default;strokeWidth=2;align=center;verticalAlign=middle;fontFamily=Helvetica;fontSize=11;fontColor=default;labelBackgroundColor=default;endArrow=classic;endFill=1;" target="BUdtJf7oYrrgdLHHiytK-297">
          <mxGeometry relative="1" as="geometry" />
        </mxCell>
        <mxCell id="BUdtJf7oYrrgdLHHiytK-300" connectable="0" parent="BUdtJf7oYrrgdLHHiytK-299" style="edgeLabel;html=1;align=center;verticalAlign=middle;resizable=0;points=[];fontFamily=Helvetica;fontSize=14;fontColor=default;labelBackgroundColor=default;" value="&amp;nbsp;1080P 60HZ&amp;nbsp;" vertex="1">
          <mxGeometry relative="1" x="-0.1035" y="4" as="geometry">
            <mxPoint x="5" y="3" as="offset" />
          </mxGeometry>
        </mxCell>
        <UserObject label="&lt;div&gt;Ethernet 1Gbit/s&lt;/div&gt;&lt;div&gt;Network switch&lt;/div&gt;" id="BUdtJf7oYrrgdLHHiytK-301">
          <mxCell parent="1" style="swimlane;whiteSpace=wrap;html=1;startSize=60;perimeterSpacing=0;rounded=1;arcSize=6;align=left;spacingLeft=6;swimlaneFillColor=default;strokeWidth=2;fontSize=14;" vertex="1">
            <mxGeometry height="250" width="210" x="990" y="990" as="geometry">
              <mxRectangle height="60" width="200" x="330" y="280" as="alternateBounds" />
            </mxGeometry>
          </mxCell>
        </UserObject>
        <mxCell id="BUdtJf7oYrrgdLHHiytK-310" parent="BUdtJf7oYrrgdLHHiytK-301" style="ellipse;whiteSpace=wrap;html=1;aspect=fixed;strokeColor=none;fillColor=light-dark(#FF3333,#007FFF);fontColor=light-dark(#FFFFFF,#007FFF);fillStyle=auto;" value="" vertex="1">
          <mxGeometry height="20" width="20" x="30.5" y="84.5" as="geometry" />
        </mxCell>
        <mxCell id="BUdtJf7oYrrgdLHHiytK-313" parent="BUdtJf7oYrrgdLHHiytK-301" style="ellipse;whiteSpace=wrap;html=1;aspect=fixed;strokeColor=none;fillColor=light-dark(#FF3333,#007FFF);fontColor=light-dark(#FFFFFF,#007FFF);" value="" vertex="1">
          <mxGeometry height="20" width="20" x="30.5" y="206.5" as="geometry" />
        </mxCell>
        <mxCell id="BUdtJf7oYrrgdLHHiytK-317" parent="BUdtJf7oYrrgdLHHiytK-301" style="text;html=1;whiteSpace=wrap;strokeColor=none;fillColor=none;align=center;verticalAlign=middle;rounded=0;fontStyle=1" value="ETHERNET" vertex="1">
          <mxGeometry height="10" width="70" x="70" y="89.5" as="geometry" />
        </mxCell>
        <mxCell id="BUdtJf7oYrrgdLHHiytK-337" parent="BUdtJf7oYrrgdLHHiytK-301" style="shape=switch;whiteSpace=wrap;html=1;fontFamily=Helvetica;fontSize=11;fontColor=default;labelBackgroundColor=default;strokeWidth=2;" value="" vertex="1">
          <mxGeometry height="40" width="40" x="155" y="10" as="geometry" />
        </mxCell>
        <mxCell id="BUdtJf7oYrrgdLHHiytK-340" parent="BUdtJf7oYrrgdLHHiytK-301" style="ellipse;whiteSpace=wrap;html=1;aspect=fixed;strokeColor=none;fillColor=light-dark(#FF3333,#007FFF);fontColor=#ffffff;" value="" vertex="1">
          <mxGeometry height="20" width="20" x="159.5" y="125.5" as="geometry" />
        </mxCell>
        <mxCell id="BUdtJf7oYrrgdLHHiytK-341" parent="BUdtJf7oYrrgdLHHiytK-301" style="ellipse;whiteSpace=wrap;html=1;aspect=fixed;strokeColor=none;fillColor=light-dark(#FF3333,#007FFF);fontColor=#ffffff;" value="" vertex="1">
          <mxGeometry height="20" width="20" x="159.5" y="166.5" as="geometry" />
        </mxCell>
        <mxCell id="BUdtJf7oYrrgdLHHiytK-342" parent="BUdtJf7oYrrgdLHHiytK-301" style="ellipse;whiteSpace=wrap;html=1;aspect=fixed;strokeColor=none;fillColor=light-dark(#FF3333,#007FFF);fontColor=#ffffff;" value="" vertex="1">
          <mxGeometry height="20" width="20" x="159.5" y="206.5" as="geometry" />
        </mxCell>
        <mxCell id="BUdtJf7oYrrgdLHHiytK-347" parent="BUdtJf7oYrrgdLHHiytK-301" style="text;html=1;whiteSpace=wrap;strokeColor=none;fillColor=none;align=center;verticalAlign=middle;rounded=0;fontStyle=1" value="ETHERNET" vertex="1">
          <mxGeometry height="10" width="70" x="70" y="130.5" as="geometry" />
        </mxCell>
        <mxCell id="BUdtJf7oYrrgdLHHiytK-348" parent="BUdtJf7oYrrgdLHHiytK-301" style="text;html=1;whiteSpace=wrap;strokeColor=none;fillColor=none;align=center;verticalAlign=middle;rounded=0;fontStyle=1" value="ETHERNET" vertex="1">
          <mxGeometry height="10" width="70" x="70" y="171.5" as="geometry" />
        </mxCell>
        <mxCell id="BUdtJf7oYrrgdLHHiytK-349" parent="BUdtJf7oYrrgdLHHiytK-301" style="text;html=1;whiteSpace=wrap;strokeColor=none;fillColor=none;align=center;verticalAlign=middle;rounded=0;fontStyle=1" value="ETHERNET" vertex="1">
          <mxGeometry height="10" width="70" x="70" y="211.5" as="geometry" />
        </mxCell>
-         <mxCell id="BUdtJf7oYrrgdLHHiytK-354" edge="1" parent="1" source="BUdtJf7oYrrgdLHHiytK-237" style="edgeStyle=orthogonalEdgeStyle;shape=connector;rounded=0;orthogonalLoop=1;jettySize=auto;html=1;entryX=0;entryY=0.5;entryDx=0;entryDy=0;strokeColor=default;strokeWidth=2;align=center;verticalAlign=middle;fontFamily=Helvetica;fontSize=14;fontColor=default;labelBackgroundColor=default;resizable=0;endArrow=classic;endFill=1;" target="BUdtJf7oYrrgdLHHiytK-310">
+         <mxCell id="BUdtJf7oYrrgdLHHiytK-354" edge="1" parent="1" source="BUdtJf7oYrrgdLHHiytK-237" style="edgeStyle=orthogonalEdgeStyle;shape=connector;rounded=0;orthogonalLoop=1;jettySize=auto;html=1;entryX=0;entryY=0.5;entryDx=0;entryDy=0;strokeColor=default;strokeWidth=2;align=center;verticalAlign=middle;fontFamily=Helvetica;fontSize=14;fontColor=default;labelBackgroundColor=default;resizable=0;endArrow=classic;endFill=1;startArrow=classic;startFill=1;" target="BUdtJf7oYrrgdLHHiytK-310">
          <mxGeometry relative="1" as="geometry">
            <Array as="points">
              <mxPoint x="855" y="1084" />
            </Array>
          </mxGeometry>
        </mxCell>
-         <UserObject label="&lt;div&gt;Blackmagic ATEM Mini Extreme ISO&lt;/div&gt;Camera switcher" link="https://www.videocraft.com.au/products/blackmagic-design-atem-mini-extreme-iso-live-streaming-camera-switcher" id="BUdtJf7oYrrgdLHHiytK-355">
-           <mxCell parent="1" style="swimlane;whiteSpace=wrap;html=1;startSize=60;perimeterSpacing=0;rounded=1;arcSize=6;align=left;spacingLeft=6;swimlaneFillColor=default;strokeWidth=2;fontSize=14;" vertex="1">
-             <mxGeometry height="290" width="370" x="1390" y="1080" as="geometry">
+         <UserObject label="&lt;div&gt;Blackmagic ATEM Mini Extreme ISO&lt;/div&gt;&lt;span style=&quot;font-weight: normal;&quot;&gt;Camera switcher&lt;/span&gt;" link="https://www.videocraft.com.au/products/blackmagic-design-atem-mini-extreme-iso-live-streaming-camera-switcher" id="BUdtJf7oYrrgdLHHiytK-355">
+           <mxCell parent="1" style="swimlane;whiteSpace=wrap;html=1;startSize=60;perimeterSpacing=0;rounded=1;arcSize=6;align=left;spacingLeft=6;swimlaneFillColor=default;strokeWidth=2;fontSize=14;" vertex="1">
+             <mxGeometry height="500" width="370" x="3180" y="460" as="geometry">
              <mxRectangle height="60" width="200" x="330" y="280" as="alternateBounds" />
            </mxGeometry>
          </mxCell>
        </UserObject>
        <mxCell id="BUdtJf7oYrrgdLHHiytK-357" parent="BUdtJf7oYrrgdLHHiytK-355" style="ellipse;whiteSpace=wrap;html=1;aspect=fixed;strokeColor=none;fillColor=#60a917;fontColor=#ffffff;" value="" vertex="1">
          <mxGeometry height="20" width="20" x="330" y="80" as="geometry" />
        </mxCell>
        <mxCell id="BUdtJf7oYrrgdLHHiytK-358" parent="BUdtJf7oYrrgdLHHiytK-355" style="ellipse;whiteSpace=wrap;html=1;aspect=fixed;strokeColor=none;fillColor=#60a917;fontColor=#ffffff;" value="" vertex="1">
          <mxGeometry height="20" width="20" x="330" y="121" as="geometry" />
        </mxCell>
        <mxCell id="BUdtJf7oYrrgdLHHiytK-359" parent="BUdtJf7oYrrgdLHHiytK-355" style="ellipse;whiteSpace=wrap;html=1;aspect=fixed;strokeColor=none;fillColor=#60a917;fontColor=#ffffff;" value="" vertex="1">
          <mxGeometry height="20" width="20" x="330" y="162" as="geometry" />
        </mxCell>
        <mxCell id="BUdtJf7oYrrgdLHHiytK-364" parent="BUdtJf7oYrrgdLHHiytK-355" style="ellipse;whiteSpace=wrap;html=1;aspect=fixed;strokeColor=none;fillColor=light-dark(#FF3333,#FF3333);fontColor=#ffffff;fillStyle=auto;" value="" vertex="1">
-           <mxGeometry height="20" width="20" x="20" y="80" as="geometry" />
+           <mxGeometry height="20" width="20" x="20" y="82.75" as="geometry" />
        </mxCell>
        <mxCell id="BUdtJf7oYrrgdLHHiytK-365" parent="BUdtJf7oYrrgdLHHiytK-355" style="ellipse;whiteSpace=wrap;html=1;aspect=fixed;strokeColor=none;fillColor=light-dark(#FF3333,#FF3333);fontColor=#ffffff;" value="" vertex="1">
-           <mxGeometry height="20" width="20" x="20" y="121" as="geometry" />
+           <mxGeometry height="20" width="20" x="20" y="122" as="geometry" />
        </mxCell>
        <mxCell id="BUdtJf7oYrrgdLHHiytK-366" parent="BUdtJf7oYrrgdLHHiytK-355" style="ellipse;whiteSpace=wrap;html=1;aspect=fixed;strokeColor=none;fillColor=light-dark(#FF3333,#FF3333);fontColor=#ffffff;" value="" vertex="1">
          <mxGeometry height="20" width="20" x="20" y="162" as="geometry" />
        </mxCell>
        <mxCell id="BUdtJf7oYrrgdLHHiytK-371" parent="BUdtJf7oYrrgdLHHiytK-355" style="text;html=1;whiteSpace=wrap;strokeColor=none;fillColor=none;align=left;verticalAlign=middle;rounded=0;fontStyle=1" value="HDMI 1" vertex="1">
-           <mxGeometry height="14.5" width="50" x="50" y="82.75" as="geometry" />
+           <mxGeometry height="14.5" width="50" x="50" y="85.5" as="geometry" />
        </mxCell>
        <mxCell id="BUdtJf7oYrrgdLHHiytK-372" parent="BUdtJf7oYrrgdLHHiytK-355" style="text;html=1;whiteSpace=wrap;strokeColor=none;fillColor=none;align=right;verticalAlign=middle;rounded=0;fontStyle=1" value="HDMI 1" vertex="1">
          <mxGeometry height="14.5" width="50" x="270" y="82.75" as="geometry" />
        </mxCell>
        <mxCell id="BUdtJf7oYrrgdLHHiytK-389" parent="BUdtJf7oYrrgdLHHiytK-355" style="text;html=1;whiteSpace=wrap;strokeColor=none;fillColor=none;align=center;verticalAlign=middle;rounded=0;fontStyle=1" value="ETHERNET" vertex="1">
          <mxGeometry height="29" width="90" x="140" y="200" as="geometry" />
        </mxCell>
        <mxCell id="BUdtJf7oYrrgdLHHiytK-390" parent="BUdtJf7oYrrgdLHHiytK-355" style="ellipse;whiteSpace=wrap;html=1;aspect=fixed;strokeColor=none;fillColor=#007FFF;fontColor=#ffffff;" value="" vertex="1">
          <mxGeometry height="20" width="20" x="175" y="239" as="geometry" />
        </mxCell>
        <mxCell id="BUdtJf7oYrrgdLHHiytK-393" parent="BUdtJf7oYrrgdLHHiytK-355" style="sketch=0;aspect=fixed;pointerEvents=1;shadow=0;dashed=0;html=1;strokeColor=default;labelPosition=center;verticalLabelPosition=bottom;verticalAlign=top;align=center;fillColor=none;shape=mxgraph.mscae.enterprise.usb;fontFamily=Helvetica;fontSize=11;fontColor=default;labelBackgroundColor=default;strokeWidth=2;" value="" vertex="1">
          <mxGeometry height="36.8" width="80" x="276.9999999999998" y="10" as="geometry" />
        </mxCell>
        <mxCell id="BUdtJf7oYrrgdLHHiytK-409" parent="BUdtJf7oYrrgdLHHiytK-355" style="text;html=1;whiteSpace=wrap;strokeColor=none;fillColor=none;align=left;verticalAlign=middle;rounded=0;fontStyle=1" value="HDMI 2" vertex="1">
          <mxGeometry height="14.5" width="50" x="50" y="123.75" as="geometry" />
        </mxCell>
        <mxCell id="BUdtJf7oYrrgdLHHiytK-410" parent="BUdtJf7oYrrgdLHHiytK-355" style="text;html=1;whiteSpace=wrap;strokeColor=none;fillColor=none;align=left;verticalAlign=middle;rounded=0;fontStyle=1" value="HDMI 3" vertex="1">
          <mxGeometry height="14.5" width="50" x="50" y="164.75" as="geometry" />
        </mxCell>
        <mxCell id="BUdtJf7oYrrgdLHHiytK-411" parent="BUdtJf7oYrrgdLHHiytK-355" style="text;html=1;whiteSpace=wrap;strokeColor=none;fillColor=none;align=right;verticalAlign=middle;rounded=0;fontStyle=1" value="HDMI 2" vertex="1">
          <mxGeometry height="14.5" width="50" x="270" y="123.75" as="geometry" />
        </mxCell>
        <mxCell id="BUdtJf7oYrrgdLHHiytK-412" parent="BUdtJf7oYrrgdLHHiytK-355" style="text;html=1;whiteSpace=wrap;strokeColor=none;fillColor=none;align=right;verticalAlign=middle;rounded=0;fontStyle=1" value="HDMI 3" vertex="1">
          <mxGeometry height="14.5" width="50" x="270" y="164.75" as="geometry" />
        </mxCell>
        <UserObject label="&lt;div&gt;HP Monitor&lt;/div&gt;&lt;div&gt;&lt;span style=&quot;font-weight: normal;&quot;&gt;Mac mini desktop&lt;/span&gt;&lt;/div&gt;" id="BUdtJf7oYrrgdLHHiytK-394">
          <mxCell parent="1" style="swimlane;whiteSpace=wrap;html=1;startSize=60;perimeterSpacing=0;rounded=1;arcSize=6;align=left;spacingLeft=6;swimlaneFillColor=default;strokeWidth=2;fontSize=14;" vertex="1">
-             <mxGeometry height="120" width="240" x="3250" y="910" as="geometry">
+             <mxGeometry height="120" width="240" x="3720" y="910" as="geometry">
              <mxRectangle height="60" width="200" x="330" y="280" as="alternateBounds" />
            </mxGeometry>
          </mxCell>
        </UserObject>
        <mxCell id="BUdtJf7oYrrgdLHHiytK-403" parent="BUdtJf7oYrrgdLHHiytK-394" style="ellipse;whiteSpace=wrap;html=1;aspect=fixed;strokeColor=none;fillColor=light-dark(#FF3333,#FF3333);fontColor=#ffffff;fillStyle=auto;" value="" vertex="1">
          <mxGeometry height="20" width="20" x="20" y="80" as="geometry" />
        </mxCell>
        <mxCell id="BUdtJf7oYrrgdLHHiytK-404" parent="BUdtJf7oYrrgdLHHiytK-394" style="text;html=1;whiteSpace=wrap;strokeColor=none;fillColor=none;align=left;verticalAlign=middle;rounded=0;fontStyle=1" value="HDMI" vertex="1">
          <mxGeometry height="10" width="50" x="50" y="85" as="geometry" />
        </mxCell>
        <mxCell id="BUdtJf7oYrrgdLHHiytK-405" parent="BUdtJf7oYrrgdLHHiytK-394" style="verticalLabelPosition=bottom;html=1;verticalAlign=top;align=center;strokeColor=default;fillColor=none;shape=mxgraph.azure.computer;pointerEvents=1;fontFamily=Helvetica;fontSize=11;fontColor=default;labelBackgroundColor=default;strokeWidth=2;" value="" vertex="1">
          <mxGeometry height="45" width="50" x="180" y="8" as="geometry" />
        </mxCell>
-         <mxCell id="BUdtJf7oYrrgdLHHiytK-407" edge="1" parent="1" source="BUdtJf7oYrrgdLHHiytK-340" style="edgeStyle=orthogonalEdgeStyle;shape=connector;rounded=0;orthogonalLoop=1;jettySize=auto;html=1;entryX=0.5;entryY=1;entryDx=0;entryDy=0;strokeColor=default;strokeWidth=2;align=center;verticalAlign=middle;fontFamily=Helvetica;fontSize=14;fontColor=default;labelBackgroundColor=default;resizable=0;endArrow=classic;endFill=1;" target="BUdtJf7oYrrgdLHHiytK-195">
+         <mxCell id="BUdtJf7oYrrgdLHHiytK-407" edge="1" parent="1" source="BUdtJf7oYrrgdLHHiytK-340" style="edgeStyle=orthogonalEdgeStyle;shape=connector;rounded=0;orthogonalLoop=1;jettySize=auto;html=1;entryX=0.5;entryY=1;entryDx=0;entryDy=0;strokeColor=default;strokeWidth=2;align=center;verticalAlign=middle;fontFamily=Helvetica;fontSize=14;fontColor=default;labelBackgroundColor=default;resizable=0;endArrow=classic;endFill=1;startArrow=classic;startFill=1;" target="BUdtJf7oYrrgdLHHiytK-195">
          <mxGeometry relative="1" as="geometry">
            <Array as="points">
              <mxPoint x="1280" y="1125" />
              <mxPoint x="1280" y="990" />
              <mxPoint x="2555" y="990" />
            </Array>
          </mxGeometry>
        </mxCell>
-         <mxCell id="BUdtJf7oYrrgdLHHiytK-408" edge="1" parent="1" source="BUdtJf7oYrrgdLHHiytK-341" style="edgeStyle=orthogonalEdgeStyle;shape=connector;rounded=0;orthogonalLoop=1;jettySize=auto;html=1;entryX=0.5;entryY=1;entryDx=0;entryDy=0;strokeColor=default;strokeWidth=2;align=center;verticalAlign=middle;fontFamily=Helvetica;fontSize=14;fontColor=default;labelBackgroundColor=default;resizable=0;endArrow=classic;endFill=1;" target="BUdtJf7oYrrgdLHHiytK-390">
-           <mxGeometry relative="1" as="geometry">
-             <Array as="points">
-               <mxPoint x="1320" y="1167" />
-               <mxPoint x="1320" y="1420" />
-               <mxPoint x="1575" y="1420" />
-             </Array>
-           </mxGeometry>
+         <mxCell id="BUdtJf7oYrrgdLHHiytK-408" edge="1" parent="1" source="BUdtJf7oYrrgdLHHiytK-341" style="edgeStyle=orthogonalEdgeStyle;shape=connector;rounded=0;orthogonalLoop=1;jettySize=auto;html=1;entryX=0.5;entryY=1;entryDx=0;entryDy=0;strokeColor=default;strokeWidth=2;align=center;verticalAlign=middle;fontFamily=Helvetica;fontSize=14;fontColor=default;labelBackgroundColor=default;resizable=0;endArrow=classic;endFill=1;startArrow=classic;startFill=1;" target="BUdtJf7oYrrgdLHHiytK-390">
+           <mxGeometry relative="1" as="geometry" />
        </mxCell>
        <UserObject label="&lt;div&gt;HP Monitor&lt;/div&gt;&lt;div&gt;&lt;span style=&quot;font-weight: normal;&quot;&gt;Mac mini desktop&lt;/span&gt;&lt;/div&gt;" id="BUdtJf7oYrrgdLHHiytK-414">
          <mxCell parent="1" style="swimlane;whiteSpace=wrap;html=1;startSize=60;perimeterSpacing=0;rounded=1;arcSize=6;align=left;spacingLeft=6;swimlaneFillColor=default;strokeWidth=2;fontSize=14;" vertex="1">
-             <mxGeometry height="120" width="240" x="1930" y="1080" as="geometry">
+             <mxGeometry height="120" width="240" x="3720" y="1060" as="geometry">
              <mxRectangle height="60" width="200" x="330" y="280" as="alternateBounds" />
            </mxGeometry>
          </mxCell>
        </UserObject>
        <mxCell id="BUdtJf7oYrrgdLHHiytK-415" parent="BUdtJf7oYrrgdLHHiytK-414" style="ellipse;whiteSpace=wrap;html=1;aspect=fixed;strokeColor=none;fillColor=light-dark(#FF3333,#FF3333);fontColor=#ffffff;fillStyle=auto;" value="" vertex="1">
          <mxGeometry height="20" width="20" x="20" y="80" as="geometry" />
        </mxCell>
        <mxCell id="BUdtJf7oYrrgdLHHiytK-416" parent="BUdtJf7oYrrgdLHHiytK-414" style="text;html=1;whiteSpace=wrap;strokeColor=none;fillColor=none;align=left;verticalAlign=middle;rounded=0;fontStyle=1" value="HDMI" vertex="1">
          <mxGeometry height="10" width="50" x="50" y="85" as="geometry" />
        </mxCell>
        <mxCell id="BUdtJf7oYrrgdLHHiytK-417" parent="BUdtJf7oYrrgdLHHiytK-414" style="verticalLabelPosition=bottom;html=1;verticalAlign=top;align=center;strokeColor=default;fillColor=none;shape=mxgraph.azure.computer;pointerEvents=1;fontFamily=Helvetica;fontSize=11;fontColor=default;labelBackgroundColor=default;strokeWidth=2;" value="" vertex="1">
          <mxGeometry height="45" width="50" x="180" y="8" as="geometry" />
        </mxCell>
        <mxCell id="BUdtJf7oYrrgdLHHiytK-418" edge="1" parent="1" source="BUdtJf7oYrrgdLHHiytK-357" style="edgeStyle=orthogonalEdgeStyle;shape=connector;rounded=0;orthogonalLoop=1;jettySize=auto;html=1;entryX=0;entryY=0.5;entryDx=0;entryDy=0;strokeColor=default;strokeWidth=2;align=center;verticalAlign=middle;fontFamily=Helvetica;fontSize=14;fontColor=default;labelBackgroundColor=default;resizable=0;endArrow=classic;endFill=1;" target="BUdtJf7oYrrgdLHHiytK-415">
          <mxGeometry relative="1" as="geometry" />
        </mxCell>
        <UserObject label="&lt;div&gt;IKAN Monitor&lt;/div&gt;&lt;div&gt;&lt;span style=&quot;font-weight: normal;&quot;&gt;Teleprompter&lt;/span&gt;&lt;/div&gt;" id="BUdtJf7oYrrgdLHHiytK-419">
          <mxCell parent="1" style="swimlane;whiteSpace=wrap;html=1;startSize=60;perimeterSpacing=0;rounded=1;arcSize=6;align=left;spacingLeft=6;swimlaneFillColor=default;strokeWidth=2;fontSize=14;" vertex="1">
-             <mxGeometry height="120" width="240" x="1930" y="1240" as="geometry">
+             <mxGeometry height="120" width="240" x="3720" y="1220" as="geometry">
              <mxRectangle height="60" width="200" x="330" y="280" as="alternateBounds" />
            </mxGeometry>
          </mxCell>
        </UserObject>
        <mxCell id="BUdtJf7oYrrgdLHHiytK-420" parent="BUdtJf7oYrrgdLHHiytK-419" style="ellipse;whiteSpace=wrap;html=1;aspect=fixed;strokeColor=none;fillColor=light-dark(#FF3333,#FF3333);fontColor=#ffffff;fillStyle=auto;" value="" vertex="1">
          <mxGeometry height="20" width="20" x="20" y="80" as="geometry" />
        </mxCell>
        <mxCell id="BUdtJf7oYrrgdLHHiytK-421" parent="BUdtJf7oYrrgdLHHiytK-419" style="text;html=1;whiteSpace=wrap;strokeColor=none;fillColor=none;align=left;verticalAlign=middle;rounded=0;fontStyle=1" value="HDMI" vertex="1">
          <mxGeometry height="10" width="50" x="50" y="85" as="geometry" />
        </mxCell>
        <mxCell id="BUdtJf7oYrrgdLHHiytK-422" parent="BUdtJf7oYrrgdLHHiytK-419" style="verticalLabelPosition=bottom;html=1;verticalAlign=top;align=center;strokeColor=default;fillColor=none;shape=mxgraph.azure.computer;pointerEvents=1;fontFamily=Helvetica;fontSize=11;fontColor=default;labelBackgroundColor=default;strokeWidth=2;" value="" vertex="1">
          <mxGeometry height="45" width="50" x="180" y="8" as="geometry" />
        </mxCell>
        <mxCell id="BUdtJf7oYrrgdLHHiytK-423" edge="1" parent="1" source="BUdtJf7oYrrgdLHHiytK-358" style="edgeStyle=orthogonalEdgeStyle;shape=connector;rounded=0;orthogonalLoop=1;jettySize=auto;html=1;entryX=0;entryY=0.5;entryDx=0;entryDy=0;strokeColor=default;strokeWidth=2;align=center;verticalAlign=middle;fontFamily=Helvetica;fontSize=14;fontColor=default;labelBackgroundColor=default;resizable=0;endArrow=classic;endFill=1;" target="BUdtJf7oYrrgdLHHiytK-420">
          <mxGeometry relative="1" as="geometry" />
        </mxCell>
        <UserObject label="&lt;div&gt;THWT HDMI 2.1 Emulator&lt;/div&gt;&lt;div&gt;&lt;span style=&quot;font-weight: normal;&quot;&gt;EDID Emulator&lt;/span&gt;&lt;/div&gt;" link="https://www.startech.com/en-au/display-video-adapters/usbc-hdmi-cdp2hd4k60" id="_8OXxmxYWQQ_x3kSA-AO-2">
          <mxCell parent="1" style="swimlane;whiteSpace=wrap;html=1;startSize=60;perimeterSpacing=0;rounded=1;arcSize=6;align=left;spacingLeft=6;swimlaneFillColor=default;strokeWidth=2;fontSize=14;" vertex="1">
            <mxGeometry height="120" width="310" x="1530" y="610" as="geometry">
              <mxRectangle height="60" width="200" x="330" y="280" as="alternateBounds" />
            </mxGeometry>
          </mxCell>
        </UserObject>
        <mxCell id="_8OXxmxYWQQ_x3kSA-AO-4" parent="_8OXxmxYWQQ_x3kSA-AO-2" style="ellipse;whiteSpace=wrap;html=1;aspect=fixed;strokeColor=none;fillColor=#60a917;fontColor=#ffffff;" value="" vertex="1">
          <mxGeometry height="20" width="20" x="270" y="80" as="geometry" />
        </mxCell>
        <mxCell id="_8OXxmxYWQQ_x3kSA-AO-5" parent="_8OXxmxYWQQ_x3kSA-AO-2" style="text;html=1;whiteSpace=wrap;strokeColor=none;fillColor=none;align=right;verticalAlign=middle;rounded=0;" value="&lt;b&gt;HDMI&lt;/b&gt;" vertex="1">
          <mxGeometry height="14.5" width="70" x="190" y="82.75" as="geometry" />
        </mxCell>
        <mxCell id="_8OXxmxYWQQ_x3kSA-AO-6" parent="_8OXxmxYWQQ_x3kSA-AO-2" style="ellipse;whiteSpace=wrap;html=1;aspect=fixed;strokeColor=none;fillColor=light-dark(#FF3333,#FF3333);fontColor=#ffffff;fillStyle=auto;" value="" vertex="1">
          <mxGeometry height="20" width="20" x="20" y="80" as="geometry" />
        </mxCell>
        <mxCell id="_8OXxmxYWQQ_x3kSA-AO-7" parent="_8OXxmxYWQQ_x3kSA-AO-2" style="text;html=1;whiteSpace=wrap;strokeColor=none;fillColor=none;align=left;verticalAlign=middle;rounded=0;fontStyle=1" value="HDMI" vertex="1">
          <mxGeometry height="10" width="50" x="50" y="85" as="geometry" />
        </mxCell>
        <mxCell id="_8OXxmxYWQQ_x3kSA-AO-8" parent="_8OXxmxYWQQ_x3kSA-AO-2" style="verticalLabelPosition=bottom;aspect=fixed;html=1;verticalAlign=top;fillColor=strokeColor;align=center;outlineConnect=0;shape=mxgraph.fluid_power.x10060;points=[[1,0.72,0],[1,1,0]];strokeWidth=2;" value="" vertex="1">
          <mxGeometry height="38.38" width="67.9" x="230" y="10" as="geometry" />
        </mxCell>
        <mxCell id="_8OXxmxYWQQ_x3kSA-AO-1" edge="1" parent="1" source="BUdtJf7oYrrgdLHHiytK-285" style="edgeStyle=orthogonalEdgeStyle;shape=connector;rounded=0;orthogonalLoop=1;jettySize=auto;html=1;strokeColor=default;strokeWidth=2;align=center;verticalAlign=middle;fontFamily=Helvetica;fontSize=14;fontColor=default;labelBackgroundColor=default;resizable=0;endArrow=classic;endFill=1;entryX=0;entryY=0.5;entryDx=0;entryDy=0;" target="_8OXxmxYWQQ_x3kSA-AO-6">
          <mxGeometry relative="1" as="geometry">
            <mxPoint x="920" y="700" as="targetPoint" />
          </mxGeometry>
        </mxCell>
        <mxCell id="_8OXxmxYWQQ_x3kSA-AO-9" edge="1" parent="1" source="_8OXxmxYWQQ_x3kSA-AO-4" style="edgeStyle=orthogonalEdgeStyle;shape=connector;rounded=0;orthogonalLoop=1;jettySize=auto;html=1;entryX=0;entryY=0.5;entryDx=0;entryDy=0;strokeColor=default;strokeWidth=2;align=center;verticalAlign=middle;fontFamily=Helvetica;fontSize=14;fontColor=default;labelBackgroundColor=default;resizable=0;endArrow=classic;endFill=1;" target="BUdtJf7oYrrgdLHHiytK-252">
          <mxGeometry relative="1" as="geometry" />
        </mxCell>
        <mxCell id="_8OXxmxYWQQ_x3kSA-AO-20" edge="1" parent="1" source="BUdtJf7oYrrgdLHHiytK-245" style="edgeStyle=orthogonalEdgeStyle;shape=connector;rounded=0;orthogonalLoop=1;jettySize=auto;html=1;entryX=0;entryY=0.5;entryDx=0;entryDy=0;strokeColor=default;strokeWidth=2;align=center;verticalAlign=middle;fontFamily=Helvetica;fontSize=14;fontColor=default;labelBackgroundColor=default;resizable=0;endArrow=classic;endFill=1;" target="BUdtJf7oYrrgdLHHiytK-170">
          <mxGeometry relative="1" as="geometry" />
        </mxCell>
+         <UserObject label="&lt;div&gt;Blackmagic Microconverter 3G&lt;/div&gt;&lt;div&gt;&lt;span style=&quot;font-weight: normal;&quot;&gt;SDI to HDMI Converter&lt;/span&gt;&lt;/div&gt;" link="https://www.blackmagicdesign.com/au/products/microconverters/techspecs/W-CONU-12" id="_8OXxmxYWQQ_x3kSA-AO-28">
+           <mxCell parent="1" style="swimlane;whiteSpace=wrap;html=1;startSize=60;perimeterSpacing=0;rounded=1;arcSize=6;align=left;spacingLeft=6;swimlaneFillColor=default;strokeWidth=2;fontSize=14;" vertex="1">
+             <mxGeometry height="160" width="310" x="2790" y="500" as="geometry">
+               <mxRectangle height="60" width="200" x="330" y="280" as="alternateBounds" />
+             </mxGeometry>
+           </mxCell>
+         </UserObject>
+         <mxCell id="_8OXxmxYWQQ_x3kSA-AO-30" parent="_8OXxmxYWQQ_x3kSA-AO-28" style="ellipse;whiteSpace=wrap;html=1;aspect=fixed;strokeColor=none;fillColor=#60a917;fontColor=#ffffff;" value="" vertex="1">
+           <mxGeometry height="20" width="20" x="270" y="82" as="geometry" />
+         </mxCell>
+         <mxCell id="_8OXxmxYWQQ_x3kSA-AO-31" parent="_8OXxmxYWQQ_x3kSA-AO-28" style="ellipse;whiteSpace=wrap;html=1;aspect=fixed;strokeColor=none;fillColor=#60a917;fontColor=#ffffff;" value="" vertex="1">
+           <mxGeometry height="20" width="20" x="270" y="121" as="geometry" />
+         </mxCell>
+         <mxCell id="_8OXxmxYWQQ_x3kSA-AO-37" parent="_8OXxmxYWQQ_x3kSA-AO-28" style="ellipse;whiteSpace=wrap;html=1;aspect=fixed;strokeColor=none;fillColor=light-dark(#FF3333,#FF3333);fontColor=#ffffff;fillStyle=auto;" value="" vertex="1">
+           <mxGeometry height="20" width="20" x="20" y="82" as="geometry" />
+         </mxCell>
+         <mxCell id="_8OXxmxYWQQ_x3kSA-AO-38" parent="_8OXxmxYWQQ_x3kSA-AO-28" style="ellipse;whiteSpace=wrap;html=1;aspect=fixed;strokeColor=none;fillColor=light-dark(#FF3333,#FF3333);fontColor=#ffffff;" value="" vertex="1">
+           <mxGeometry height="20" width="20" x="20" y="121" as="geometry" />
+         </mxCell>
+         <mxCell id="_8OXxmxYWQQ_x3kSA-AO-44" parent="_8OXxmxYWQQ_x3kSA-AO-28" style="text;html=1;whiteSpace=wrap;strokeColor=none;fillColor=none;align=left;verticalAlign=middle;rounded=0;" value="&lt;div&gt;&lt;b&gt;SDI IN&lt;/b&gt;&lt;/div&gt;&lt;div&gt;SDI&lt;/div&gt;" vertex="1">
+           <mxGeometry height="29" width="90" x="50" y="77.5" as="geometry" />
+         </mxCell>
+         <mxCell id="_8OXxmxYWQQ_x3kSA-AO-45" parent="_8OXxmxYWQQ_x3kSA-AO-28" style="text;html=1;whiteSpace=wrap;strokeColor=none;fillColor=none;align=right;verticalAlign=middle;rounded=0;" value="&lt;div&gt;&lt;b&gt;HDMI OUT&lt;/b&gt;&lt;/div&gt;&lt;div&gt;HDMI&lt;/div&gt;" vertex="1">
+           <mxGeometry height="29" width="90" x="170" y="77.5" as="geometry" />
+         </mxCell>
+         <mxCell id="_8OXxmxYWQQ_x3kSA-AO-46" parent="_8OXxmxYWQQ_x3kSA-AO-28" style="text;html=1;whiteSpace=wrap;strokeColor=none;fillColor=none;align=left;verticalAlign=middle;rounded=0;" value="&lt;div&gt;&lt;b&gt;INPUT NAME&lt;/b&gt;&lt;/div&gt;&lt;div&gt;INPUT TYPE&lt;/div&gt;" vertex="1">
+           <mxGeometry height="29" width="90" x="50" y="116.5" as="geometry" />
+         </mxCell>
+         <mxCell id="_8OXxmxYWQQ_x3kSA-AO-47" parent="_8OXxmxYWQQ_x3kSA-AO-28" style="text;html=1;whiteSpace=wrap;strokeColor=none;fillColor=none;align=right;verticalAlign=middle;rounded=0;" value="&lt;div&gt;&lt;b&gt;SDI LOOP OUT&lt;/b&gt;&lt;/div&gt;&lt;div&gt;SDI&lt;/div&gt;" vertex="1">
+           <mxGeometry height="29" width="90" x="170" y="116.5" as="geometry" />
+         </mxCell>
+         <mxCell id="_8OXxmxYWQQ_x3kSA-AO-64" parent="_8OXxmxYWQQ_x3kSA-AO-28" style="verticalLabelPosition=bottom;aspect=fixed;html=1;verticalAlign=top;fillColor=strokeColor;align=center;outlineConnect=0;shape=mxgraph.fluid_power.x10060;points=[[1,0.72,0],[1,1,0]];strokeWidth=2;" value="" vertex="1">
+           <mxGeometry height="38.38" width="67.9" x="230" y="10" as="geometry" />
+         </mxCell>
+         <mxCell id="_8OXxmxYWQQ_x3kSA-AO-66" edge="1" parent="1" source="BUdtJf7oYrrgdLHHiytK-164" style="edgeStyle=orthogonalEdgeStyle;shape=connector;rounded=0;orthogonalLoop=1;jettySize=auto;html=1;entryX=0;entryY=0.5;entryDx=0;entryDy=0;strokeColor=default;strokeWidth=2;align=center;verticalAlign=middle;fontFamily=Helvetica;fontSize=14;fontColor=default;labelBackgroundColor=default;resizable=0;endArrow=classic;endFill=1;" target="_8OXxmxYWQQ_x3kSA-AO-37">
+           <mxGeometry relative="1" as="geometry" />
+         </mxCell>
+         <mxCell id="_8OXxmxYWQQ_x3kSA-AO-67" edge="1" parent="1" source="_8OXxmxYWQQ_x3kSA-AO-30" style="edgeStyle=orthogonalEdgeStyle;shape=connector;rounded=0;orthogonalLoop=1;jettySize=auto;html=1;entryX=0;entryY=0.5;entryDx=0;entryDy=0;strokeColor=default;strokeWidth=2;align=center;verticalAlign=middle;fontFamily=Helvetica;fontSize=14;fontColor=default;labelBackgroundColor=default;resizable=0;endArrow=classic;endFill=1;" target="BUdtJf7oYrrgdLHHiytK-365">
+           <mxGeometry relative="1" as="geometry" />
+         </mxCell>
      </root>
    </mxGraphModel>
  </diagram>
</mxfile>
